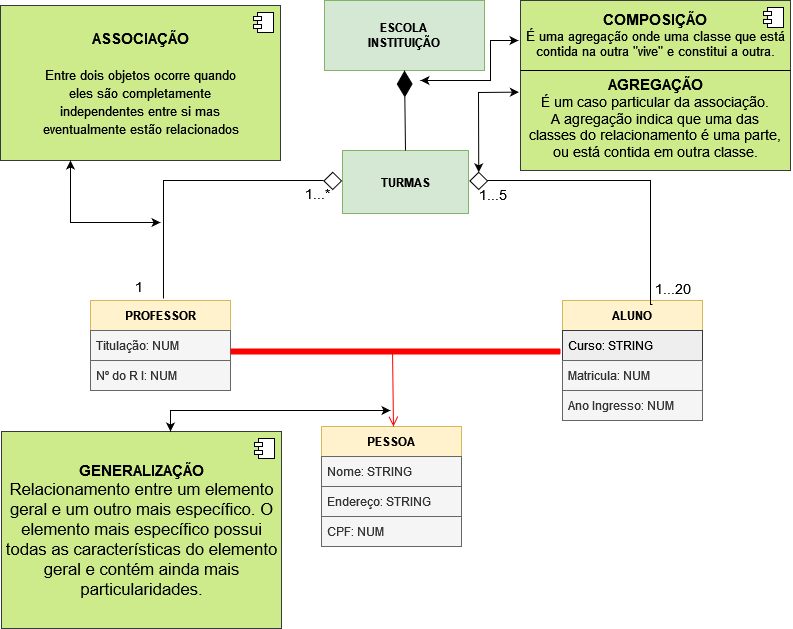
The draw.io diagram DiagramaDeClasse-POOII.drawio.png in alinealien/diagrama-de-classes-pooII, before a commit. Source tidied: cells renumbered, new cells last; positions are measured from the earlier drawing's top-left corner, leaving out a move shared by most shapes.
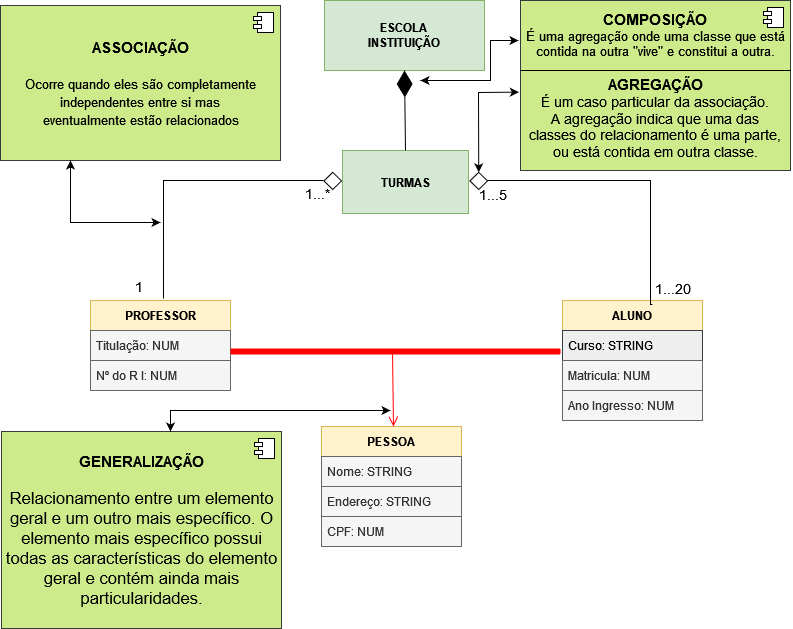
The same file after the commit.

Diff of the diagram source:
```diff
@@ -74,7 +74,7 @@
         </Array>
       </mxGeometry>
     </mxCell>
-    <mxCell id="20" value="&lt;div&gt;&lt;b&gt;ASSOCIAÇÃO&lt;/b&gt;&lt;/div&gt;&lt;div&gt;&lt;b&gt;&lt;br&gt;&lt;/b&gt;&lt;/div&gt;&lt;div&gt;&lt;font style=&quot;font-size: 13px&quot;&gt;Entre dois objetos &lt;/font&gt;&lt;font style=&quot;font-size: 13px&quot;&gt;ocorre quando &lt;br&gt;&lt;/font&gt;&lt;/div&gt;&lt;div&gt;&lt;font style=&quot;font-size: 13px&quot;&gt;eles são completamente &lt;br&gt;&lt;/font&gt;&lt;/div&gt;&lt;div&gt;&lt;font style=&quot;font-size: 13px&quot;&gt;independentes entre si mas &lt;br&gt;&lt;/font&gt;&lt;/div&gt;&lt;div&gt;&lt;font style=&quot;font-size: 13px&quot;&gt;eventualmente estão relacionados &lt;/font&gt;&lt;/div&gt;" style="html=1;fontSize=15;fillColor=#cdeb8b;strokeColor=#36393d;" parent="1" vertex="1">
+    <mxCell id="20" value="&lt;div&gt;&lt;b&gt;ASSOCIAÇÃO&lt;/b&gt;&lt;/div&gt;&lt;div&gt;&lt;font style=&quot;font-size: 13px&quot;&gt;&lt;br&gt;&lt;/font&gt;&lt;/div&gt;&lt;div&gt;&lt;font style=&quot;font-size: 13px&quot;&gt;O&lt;/font&gt;&lt;font style=&quot;font-size: 13px&quot;&gt;corre quando eles são completamente &lt;br&gt;&lt;/font&gt;&lt;/div&gt;&lt;div&gt;&lt;font style=&quot;font-size: 13px&quot;&gt;independentes entre si mas &lt;br&gt;&lt;/font&gt;&lt;/div&gt;&lt;div&gt;&lt;font style=&quot;font-size: 13px&quot;&gt;eventualmente estão relacionados &lt;/font&gt;&lt;/div&gt;" style="html=1;fontSize=15;fillColor=#cdeb8b;strokeColor=#36393d;" parent="1" vertex="1">
       <mxGeometry y="5" width="280" height="155" as="geometry" />
     </mxCell>
     <mxCell id="21" style="shape=module;jettyWidth=8;jettyHeight=4;fontSize=15;" parent="20" vertex="1">
@@ -102,7 +102,7 @@
     <mxCell id="27" value="1...5" style="text;html=1;align=center;verticalAlign=middle;whiteSpace=wrap;rounded=0;fontSize=14;" parent="1" vertex="1">
       <mxGeometry x="473" y="184" width="40" height="20" as="geometry" />
     </mxCell>
-    <mxCell id="28" value="&lt;div&gt;&lt;b&gt;GENERALIZAÇÃO&lt;/b&gt;&lt;/div&gt;&lt;div&gt;&lt;span style=&quot;left: 141.833px ; top: 436.69px ; font-size: 16.6667px ; font-family: sans-serif ; transform: scalex(0.996914)&quot; dir=&quot;ltr&quot;&gt;Relacionamento entre um elemento &lt;br&gt;&lt;/span&gt;&lt;/div&gt;&lt;div&gt;&lt;span style=&quot;left: 141.833px ; top: 436.69px ; font-size: 16.6667px ; font-family: sans-serif ; transform: scalex(0.996914)&quot; dir=&quot;ltr&quot;&gt;geral e um outro mais específico. O&lt;/span&gt;&lt;/div&gt;&lt;div&gt;&lt;span style=&quot;left: 141.833px ; top: 455.023px ; font-size: 16.6667px ; font-family: sans-serif ; transform: scalex(0.997564)&quot; dir=&quot;ltr&quot;&gt;elemento mais específico possui &lt;br&gt;&lt;/span&gt;&lt;/div&gt;&lt;div&gt;&lt;span style=&quot;left: 141.833px ; top: 455.023px ; font-size: 16.6667px ; font-family: sans-serif ; transform: scalex(0.997564)&quot; dir=&quot;ltr&quot;&gt;todas as características do elemento &lt;br&gt;&lt;/span&gt;&lt;/div&gt;&lt;div&gt;&lt;span style=&quot;left: 141.833px ; top: 455.023px ; font-size: 16.6667px ; font-family: sans-serif ; transform: scalex(0.997564)&quot; dir=&quot;ltr&quot;&gt;geral e contém ainda&lt;/span&gt;&lt;span style=&quot;left: 141.833px ; top: 473.523px ; font-size: 16.6667px ; font-family: sans-serif ; transform: scalex(0.998138)&quot; dir=&quot;ltr&quot;&gt; mais &lt;br&gt;&lt;/span&gt;&lt;/div&gt;&lt;div&gt;&lt;span style=&quot;left: 141.833px ; top: 473.523px ; font-size: 16.6667px ; font-family: sans-serif ; transform: scalex(0.998138)&quot; dir=&quot;ltr&quot;&gt;particularidades.&lt;/span&gt;&lt;/div&gt;" style="html=1;fontSize=15;fillColor=#cdeb8b;strokeColor=#36393d;" parent="1" vertex="1">
+    <mxCell id="28" value="&lt;div&gt;&lt;b&gt;GENERALIZAÇÃO&lt;/b&gt;&lt;/div&gt;&lt;div&gt;&lt;b&gt;&lt;br&gt;&lt;/b&gt;&lt;/div&gt;&lt;div&gt;&lt;span style=&quot;left: 141.833px ; top: 436.69px ; font-size: 16.6667px ; font-family: sans-serif ; transform: scalex(0.996914)&quot; dir=&quot;ltr&quot;&gt;Relacionamento entre um elemento &lt;br&gt;&lt;/span&gt;&lt;/div&gt;&lt;div&gt;&lt;span style=&quot;left: 141.833px ; top: 436.69px ; font-size: 16.6667px ; font-family: sans-serif ; transform: scalex(0.996914)&quot; dir=&quot;ltr&quot;&gt;geral e um outro mais específico. O&lt;/span&gt;&lt;/div&gt;&lt;div&gt;&lt;span style=&quot;left: 141.833px ; top: 455.023px ; font-size: 16.6667px ; font-family: sans-serif ; transform: scalex(0.997564)&quot; dir=&quot;ltr&quot;&gt;elemento mais específico possui &lt;br&gt;&lt;/span&gt;&lt;/div&gt;&lt;div&gt;&lt;span style=&quot;left: 141.833px ; top: 455.023px ; font-size: 16.6667px ; font-family: sans-serif ; transform: scalex(0.997564)&quot; dir=&quot;ltr&quot;&gt;todas as características do elemento &lt;br&gt;&lt;/span&gt;&lt;/div&gt;&lt;div&gt;&lt;span style=&quot;left: 141.833px ; top: 455.023px ; font-size: 16.6667px ; font-family: sans-serif ; transform: scalex(0.997564)&quot; dir=&quot;ltr&quot;&gt;geral e contém ainda&lt;/span&gt;&lt;span style=&quot;left: 141.833px ; top: 473.523px ; font-size: 16.6667px ; font-family: sans-serif ; transform: scalex(0.998138)&quot; dir=&quot;ltr&quot;&gt; mais &lt;br&gt;&lt;/span&gt;&lt;/div&gt;&lt;div&gt;&lt;span style=&quot;left: 141.833px ; top: 473.523px ; font-size: 16.6667px ; font-family: sans-serif ; transform: scalex(0.998138)&quot; dir=&quot;ltr&quot;&gt;particularidades.&lt;/span&gt;&lt;/div&gt;" style="html=1;fontSize=15;fillColor=#cdeb8b;strokeColor=#36393d;" parent="1" vertex="1">
       <mxGeometry x="1" y="431" width="280" height="197" as="geometry" />
     </mxCell>
     <mxCell id="29" style="shape=module;jettyWidth=8;jettyHeight=4;fontSize=15;" parent="28" vertex="1">
```
